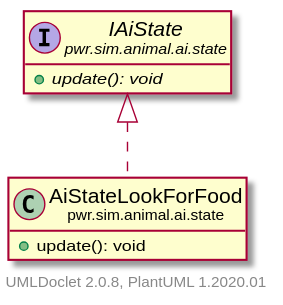
This is pwr/sim/animal/ai/state/AiStateLookForFood.svg from Bravo555/oop-project, a PlantUML export, as it was before one commit. Source of this version:
```plantuml
@startuml
    set namespaceSeparator none
    hide empty fields
    hide empty methods

    class "<size:14>AiStateLookForFood\n<size:10>pwr.sim.animal.ai.state" as pwr.sim.animal.ai.state.AiStateLookForFood [[AiStateLookForFood.html]] {
        +update(): void
    }

    interface "<size:14>IAiState\n<size:10>pwr.sim.animal.ai.state" as pwr.sim.animal.ai.state.IAiState [[IAiState.html]] {
        {abstract} +update(): void
    }

    pwr.sim.animal.ai.state.IAiState <|.. pwr.sim.animal.ai.state.AiStateLookForFood

    center footer UMLDoclet 2.0.8, PlantUML 1.2020.01
@enduml
```
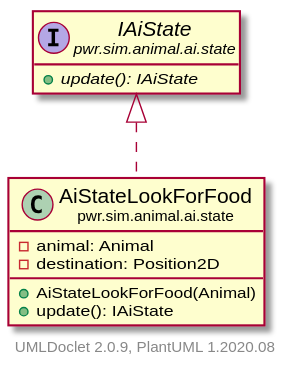
The same file after the commit.

What changed in the source:
```diff
@@ -4,14 +4,17 @@
     hide empty methods
 
     class "<size:14>AiStateLookForFood\n<size:10>pwr.sim.animal.ai.state" as pwr.sim.animal.ai.state.AiStateLookForFood [[AiStateLookForFood.html]] {
-        +update(): void
+        -animal: Animal
+        -destination: Position2D
+        +AiStateLookForFood(Animal)
+        +update(): IAiState
     }
 
     interface "<size:14>IAiState\n<size:10>pwr.sim.animal.ai.state" as pwr.sim.animal.ai.state.IAiState [[IAiState.html]] {
-        {abstract} +update(): void
+        {abstract} +update(): IAiState
     }
 
     pwr.sim.animal.ai.state.IAiState <|.. pwr.sim.animal.ai.state.AiStateLookForFood
 
-    center footer UMLDoclet 2.0.8, PlantUML 1.2020.01
+    center footer UMLDoclet 2.0.9, PlantUML 1.2020.08
 @enduml
```
